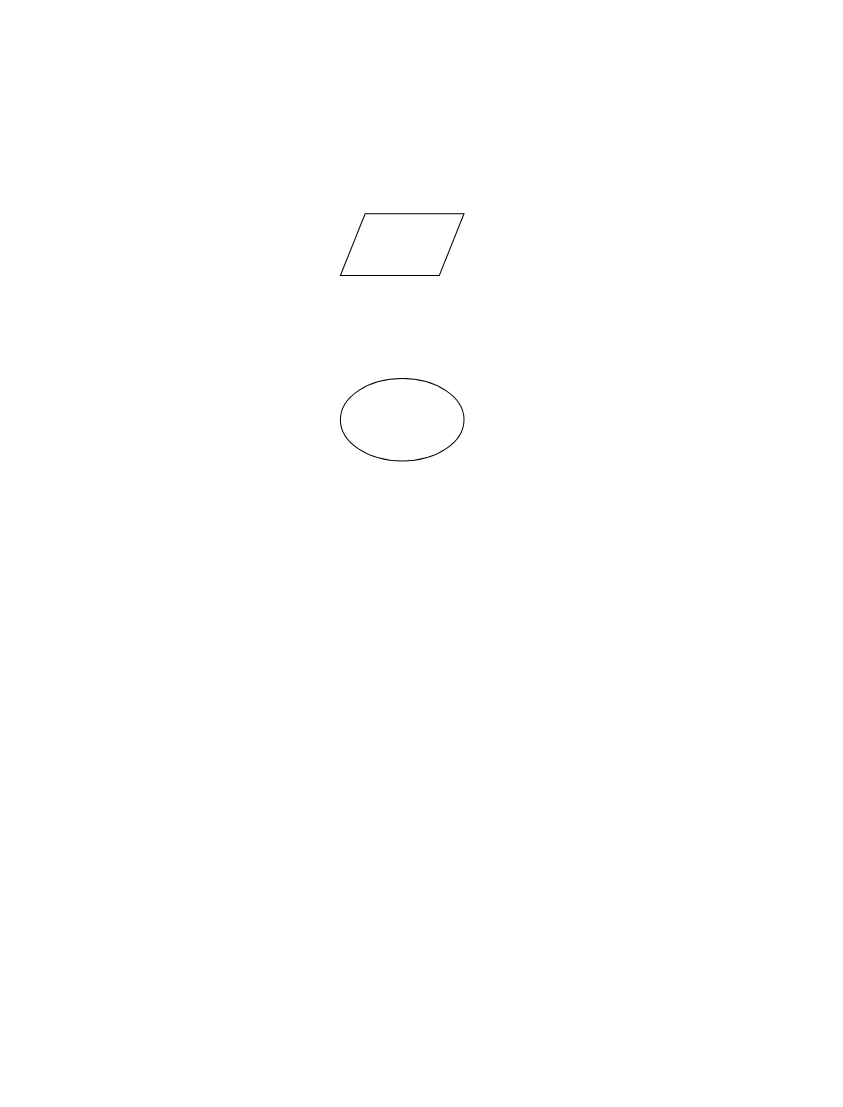
This is 未命名绘图.drawio from wuzhijun-1/myrepository, a draw.io file, before an edit. Source tidied: cells renumbered, new cells numbered last; positions are measured from the earlier drawing's top-left corner, leaving out a move shared by most shapes. Both pictures are drawn from the tidied source at 103%, with x=0, y=0 at pixel (340, 213).
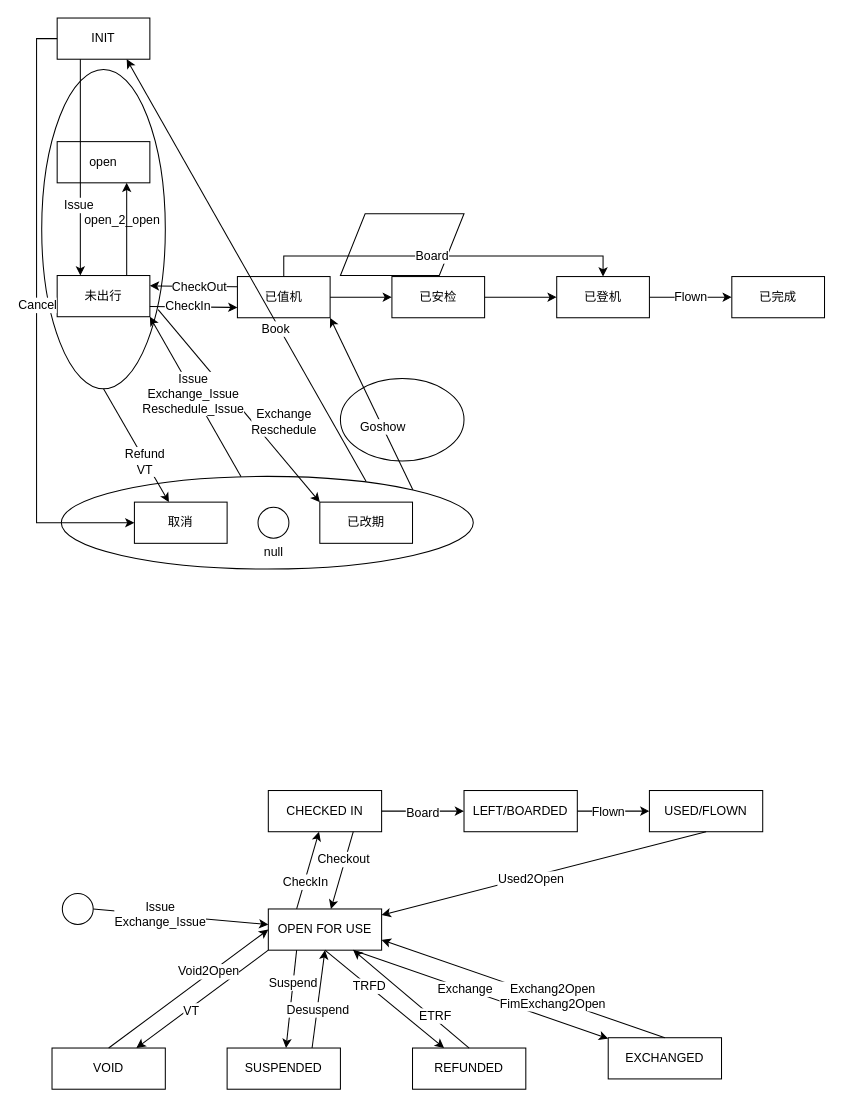
The same page after the edit.

Commit message:
更新未命名绘图.drawio

What changed in the source:
```diff
@@
+    <mxCell id="4" style="ellipse;whiteSpace=wrap;html=1;" parent="1" vertex="1">
+      <mxGeometry x="-290" y="-140" width="120" height="310" as="geometry" />
+    </mxCell>
+    <mxCell id="5" style="edgeStyle=none;rounded=0;jettySize=auto;html=1;exitX=1;exitY=0;exitDx=0;exitDy=0;entryX=1;entryY=1;entryDx=0;entryDy=0;" parent="1" edge="1" source="7" target="20">
+      <mxGeometry relative="1" as="geometry" />
+    </mxCell>
+    <mxCell id="6" value="Goshow" style="text;html=1;align=center;verticalAlign=middle;labelBackgroundColor=#ffffff;" parent="5" vertex="1">
+      <mxGeometry x="-0.27" relative="1" as="geometry" />
+    </mxCell>
+    <mxCell id="7" style="ellipse;whiteSpace=wrap;html=1;" parent="1" vertex="1">
+      <mxGeometry x="-271" y="255" width="400" height="90" as="geometry" />
+    </mxCell>
+    <mxCell id="8" style="edgeStyle=none;rounded=0;jettySize=auto;html=1;exitX=0.5;exitY=1;exitDx=0;exitDy=0;" parent="1" edge="1" source="4" target="29">
+      <mxGeometry relative="1" as="geometry" />
+    </mxCell>
+    <mxCell id="9" value="Refund&lt;br&gt;VT" style="text;html=1;align=center;verticalAlign=middle;labelBackgroundColor=#ffffff;" parent="8" vertex="1">
+      <mxGeometry x="0.3" relative="1" as="geometry">
+        <mxPoint x="-2" y="-1" as="offset" />
+      </mxGeometry>
+    </mxCell>
+    <mxCell id="10" style="edgeStyle=none;rounded=0;jettySize=auto;html=1;entryX=0;entryY=0.75;entryDx=0;entryDy=0;exitX=1;exitY=0.75;exitDx=0;exitDy=0;" parent="1" edge="1" source="14" target="20">
+      <mxGeometry relative="1" as="geometry" />
+    </mxCell>
+    <mxCell id="11" value="CheckIn" style="text;html=1;align=center;verticalAlign=middle;labelBackgroundColor=#ffffff;" parent="10" vertex="1">
+      <mxGeometry x="-0.49" y="1" relative="1" as="geometry">
+        <mxPoint x="14" as="offset" />
+      </mxGeometry>
+    </mxCell>
+    <mxCell id="12" style="edgeStyle=none;rounded=0;jettySize=auto;html=1;exitX=0.942;exitY=0.752;exitDx=0;exitDy=0;entryX=0;entryY=0;entryDx=0;entryDy=0;exitPerimeter=0;" parent="1" edge="1" source="4" target="69">
+      <mxGeometry relative="1" as="geometry" />
+    </mxCell>
+    <mxCell id="13" value="Exchange&lt;br&gt;Reschedule" style="text;html=1;align=center;verticalAlign=middle;labelBackgroundColor=#ffffff;" parent="12" vertex="1">
+      <mxGeometry x="-0.23" relative="1" as="geometry">
+        <mxPoint x="61" y="36" as="offset" />
+      </mxGeometry>
+    </mxCell>
+    <mxCell id="14" value="未出行" style="rounded=0;whiteSpace=wrap;html=1;fillColor=none;" parent="1" vertex="1">
+      <mxGeometry x="-275" y="60" width="90" height="40" as="geometry" />
+    </mxCell>
+    <mxCell id="15" style="edgeStyle=orthogonalEdgeStyle;rounded=0;jettySize=auto;html=1;" parent="1" edge="1" source="20" target="22">
+      <mxGeometry relative="1" as="geometry" />
+    </mxCell>
+    <mxCell id="16" style="edgeStyle=orthogonalEdgeStyle;rounded=0;jettySize=auto;html=1;exitX=0.5;exitY=0;exitDx=0;exitDy=0;entryX=0.5;entryY=0;entryDx=0;entryDy=0;" parent="1" edge="1" source="20" target="25">
+      <mxGeometry relative="1" as="geometry" />
+    </mxCell>
+    <mxCell id="17" value="Board" style="text;html=1;align=center;verticalAlign=middle;labelBackgroundColor=#ffffff;" parent="16" vertex="1">
+      <mxGeometry x="-0.21" relative="1" as="geometry">
+        <mxPoint x="25" y="-1" as="offset" />
+      </mxGeometry>
+    </mxCell>
+    <mxCell id="18" style="edgeStyle=none;rounded=0;jettySize=auto;html=1;exitX=0;exitY=0.25;exitDx=0;exitDy=0;entryX=1;entryY=0.25;entryDx=0;entryDy=0;" parent="1" edge="1" source="20" target="14">
+      <mxGeometry relative="1" as="geometry" />
+    </mxCell>
+    <mxCell id="19" value="CheckOut" style="text;html=1;align=center;verticalAlign=middle;labelBackgroundColor=#ffffff;" parent="18" vertex="1">
+      <mxGeometry x="-0.4" y="3" relative="1" as="geometry">
+        <mxPoint x="-11" y="-2" as="offset" />
+      </mxGeometry>
+    </mxCell>
+    <mxCell id="20" value="已值机" style="rounded=0;whiteSpace=wrap;html=1;fillColor=none;" parent="1" vertex="1">
+      <mxGeometry x="-100" y="61" width="90" height="40" as="geometry" />
+    </mxCell>
+    <mxCell id="21" style="edgeStyle=orthogonalEdgeStyle;rounded=0;jettySize=auto;html=1;" parent="1" edge="1" source="22" target="25">
+      <mxGeometry relative="1" as="geometry" />
+    </mxCell>
+    <mxCell id="22" value="已安检" style="rounded=0;whiteSpace=wrap;html=1;fillColor=none;" parent="1" vertex="1">
+      <mxGeometry x="50" y="61" width="90" height="40" as="geometry" />
+    </mxCell>
+    <mxCell id="23" style="edgeStyle=orthogonalEdgeStyle;rounded=0;jettySize=auto;html=1;" parent="1" edge="1" source="25" target="26">
+      <mxGeometry relative="1" as="geometry" />
+    </mxCell>
+    <mxCell id="24" value="Flown" style="text;html=1;align=center;verticalAlign=middle;labelBackgroundColor=#ffffff;" parent="23" vertex="1">
+      <mxGeometry x="-0.46" y="1" relative="1" as="geometry">
+        <mxPoint x="17" as="offset" />
+      </mxGeometry>
+    </mxCell>
+    <mxCell id="25" value="已登机" style="rounded=0;whiteSpace=wrap;html=1;fillColor=none;" parent="1" vertex="1">
+      <mxGeometry x="210" y="61" width="90" height="40" as="geometry" />
+    </mxCell>
+    <mxCell id="26" value="已完成" style="rounded=0;whiteSpace=wrap;html=1;fillColor=none;" parent="1" vertex="1">
+      <mxGeometry x="380" y="61" width="90" height="40" as="geometry" />
+    </mxCell>
+    <mxCell id="27" style="edgeStyle=none;rounded=0;jettySize=auto;html=1;entryX=0.75;entryY=1;entryDx=0;entryDy=0;" parent="1" edge="1" target="74">
+      <mxGeometry relative="1" as="geometry">
+        <mxPoint x="25" y="260" as="sourcePoint" />
+      </mxGeometry>
+    </mxCell>
+    <mxCell id="28" value="Book" style="text;html=1;align=center;verticalAlign=middle;labelBackgroundColor=#ffffff;" parent="27" vertex="1">
+      <mxGeometry x="-0.34" y="1" relative="1" as="geometry">
+        <mxPoint x="-10.9" y="-13.4" as="offset" />
+      </mxGeometry>
+    </mxCell>
+    <mxCell id="29" value="取消" style="rounded=0;whiteSpace=wrap;html=1;fillColor=none;" parent="1" vertex="1">
+      <mxGeometry x="-200" y="280" width="90" height="40" as="geometry" />
+    </mxCell>
+    <mxCell id="30" style="edgeStyle=none;rounded=0;jettySize=auto;html=1;exitX=0.25;exitY=0;exitDx=0;exitDy=0;" parent="1" edge="1" source="40" target="45">
+      <mxGeometry relative="1" as="geometry" />
+    </mxCell>
+    <mxCell id="31" value="CheckIn" style="text;html=1;align=center;verticalAlign=middle;labelBackgroundColor=#ffffff;" parent="30" vertex="1">
+      <mxGeometry x="-0.28" relative="1" as="geometry" />
+    </mxCell>
+    <mxCell id="32" style="edgeStyle=none;rounded=0;jettySize=auto;html=1;exitX=0;exitY=1;exitDx=0;exitDy=0;" parent="1" edge="1" source="40" target="54">
+      <mxGeometry relative="1" as="geometry" />
+    </mxCell>
+    <mxCell id="33" value="VT" style="text;html=1;align=center;verticalAlign=middle;labelBackgroundColor=#ffffff;" parent="32" vertex="1">
+      <mxGeometry x="0.19" y="2" relative="1" as="geometry" />
+    </mxCell>
+    <mxCell id="34" style="edgeStyle=none;rounded=0;jettySize=auto;html=1;exitX=0.75;exitY=1;exitDx=0;exitDy=0;" parent="1" edge="1" source="40" target="63">
+      <mxGeometry relative="1" as="geometry" />
+    </mxCell>
+    <mxCell id="35" value="Exchange" style="text;html=1;align=center;verticalAlign=middle;labelBackgroundColor=#ffffff;" parent="34" vertex="1">
+      <mxGeometry x="-0.13" relative="1" as="geometry" />
+    </mxCell>
+    <mxCell id="36" style="edgeStyle=none;rounded=0;jettySize=auto;html=1;exitX=0.25;exitY=1;exitDx=0;exitDy=0;" parent="1" edge="1" source="40" target="57">
+      <mxGeometry relative="1" as="geometry" />
+    </mxCell>
+    <mxCell id="37" value="Suspend" style="text;html=1;align=center;verticalAlign=middle;labelBackgroundColor=#ffffff;" parent="36" vertex="1">
+      <mxGeometry x="-0.32" y="-1" relative="1" as="geometry" />
+    </mxCell>
+    <mxCell id="38" style="edgeStyle=none;rounded=0;jettySize=auto;html=1;exitX=0.5;exitY=1;exitDx=0;exitDy=0;" parent="1" edge="1" source="40" target="60">
+      <mxGeometry relative="1" as="geometry" />
+    </mxCell>
+    <mxCell id="39" value="TRFD" style="text;html=1;align=center;verticalAlign=middle;labelBackgroundColor=#ffffff;" parent="38" vertex="1">
+      <mxGeometry x="-0.27" relative="1" as="geometry" />
+    </mxCell>
+    <mxCell id="40" value="OPEN FOR USE" style="rounded=0;whiteSpace=wrap;html=1;fillColor=none;" parent="1" vertex="1">
+      <mxGeometry x="-70" y="675" width="110" height="40" as="geometry" />
+    </mxCell>
+    <mxCell id="41" style="edgeStyle=none;rounded=0;jettySize=auto;html=1;exitX=1;exitY=0.5;exitDx=0;exitDy=0;" parent="1" edge="1" source="45" target="48">
+      <mxGeometry relative="1" as="geometry" />
+    </mxCell>
+    <mxCell id="42" value="Board" style="text;html=1;align=center;verticalAlign=middle;labelBackgroundColor=#ffffff;" parent="41" vertex="1">
+      <mxGeometry x="-0.4" y="-2" relative="1" as="geometry">
+        <mxPoint x="15" y="-1" as="offset" />
+      </mxGeometry>
+    </mxCell>
+    <mxCell id="43" style="edgeStyle=none;rounded=0;jettySize=auto;html=1;exitX=0.75;exitY=1;exitDx=0;exitDy=0;" parent="1" edge="1" source="45" target="40">
+      <mxGeometry relative="1" as="geometry" />
+    </mxCell>
+    <mxCell id="44" value="Checkout" style="text;html=1;align=center;verticalAlign=middle;labelBackgroundColor=#ffffff;" parent="43" vertex="1">
+      <mxGeometry x="-0.27" y="-2" relative="1" as="geometry" />
+    </mxCell>
+    <mxCell id="45" value="CHECKED IN" style="rounded=0;whiteSpace=wrap;html=1;fillColor=none;" parent="1" vertex="1">
+      <mxGeometry x="-70" y="560" width="110" height="40" as="geometry" />
+    </mxCell>
+    <mxCell id="46" style="edgeStyle=none;rounded=0;jettySize=auto;html=1;exitX=1;exitY=0.5;exitDx=0;exitDy=0;" parent="1" edge="1" source="48" target="51">
+      <mxGeometry relative="1" as="geometry" />
+    </mxCell>
+    <mxCell id="47" value="Flown" style="text;html=1;align=center;verticalAlign=middle;labelBackgroundColor=#ffffff;" parent="46" vertex="1">
+      <mxGeometry x="-0.29" relative="1" as="geometry">
+        <mxPoint x="4" as="offset" />
+      </mxGeometry>
+    </mxCell>
+    <mxCell id="48" value="LEFT/BOARDED" style="rounded=0;whiteSpace=wrap;html=1;fillColor=none;" parent="1" vertex="1">
+      <mxGeometry x="120" y="560" width="110" height="40" as="geometry" />
+    </mxCell>
+    <mxCell id="49" style="edgeStyle=none;rounded=0;jettySize=auto;html=1;exitX=0.5;exitY=1;exitDx=0;exitDy=0;" parent="1" edge="1" source="51" target="40">
+      <mxGeometry relative="1" as="geometry" />
+    </mxCell>
+    <mxCell id="50" value="Used2Open" style="text;html=1;align=center;verticalAlign=middle;labelBackgroundColor=#ffffff;" parent="49" vertex="1">
+      <mxGeometry x="0.09" y="2" relative="1" as="geometry" />
+    </mxCell>
+    <mxCell id="51" value="USED/FLOWN" style="rounded=0;whiteSpace=wrap;html=1;fillColor=none;" parent="1" vertex="1">
+      <mxGeometry x="300" y="560" width="110" height="40" as="geometry" />
+    </mxCell>
+    <mxCell id="52" style="edgeStyle=none;rounded=0;jettySize=auto;html=1;exitX=0.5;exitY=0;exitDx=0;exitDy=0;entryX=0;entryY=0.5;entryDx=0;entryDy=0;" parent="1" edge="1" source="54" target="40">
+      <mxGeometry relative="1" as="geometry" />
+    </mxCell>
+    <mxCell id="53" value="Void2Open" style="text;html=1;align=center;verticalAlign=middle;labelBackgroundColor=#ffffff;" parent="52" vertex="1">
+      <mxGeometry x="0.26" y="2" relative="1" as="geometry" />
+    </mxCell>
+    <mxCell id="54" value="VOID" style="rounded=0;whiteSpace=wrap;html=1;fillColor=none;" parent="1" vertex="1">
+      <mxGeometry x="-280" y="810" width="110" height="40" as="geometry" />
+    </mxCell>
+    <mxCell id="55" style="edgeStyle=none;rounded=0;jettySize=auto;html=1;exitX=0.75;exitY=0;exitDx=0;exitDy=0;entryX=0.5;entryY=1;entryDx=0;entryDy=0;" parent="1" edge="1" source="57" target="40">
+      <mxGeometry relative="1" as="geometry" />
+    </mxCell>
+    <mxCell id="56" value="Desuspend" style="text;html=1;align=center;verticalAlign=middle;labelBackgroundColor=#ffffff;" parent="55" vertex="1">
+      <mxGeometry x="-0.2" relative="1" as="geometry" />
+    </mxCell>
+    <mxCell id="57" value="SUSPENDED" style="rounded=0;whiteSpace=wrap;html=1;fillColor=none;" parent="1" vertex="1">
+      <mxGeometry x="-110" y="810" width="110" height="40" as="geometry" />
+    </mxCell>
+    <mxCell id="58" style="edgeStyle=none;rounded=0;jettySize=auto;html=1;exitX=0.5;exitY=0;exitDx=0;exitDy=0;entryX=0.75;entryY=1;entryDx=0;entryDy=0;" parent="1" edge="1" source="60" target="40">
+      <mxGeometry relative="1" as="geometry" />
+    </mxCell>
+    <mxCell id="59" value="ETRF" style="text;html=1;align=center;verticalAlign=middle;labelBackgroundColor=#ffffff;" parent="58" vertex="1">
+      <mxGeometry x="-0.38" y="-2" relative="1" as="geometry" />
+    </mxCell>
+    <mxCell id="60" value="REFUNDED" style="rounded=0;whiteSpace=wrap;html=1;fillColor=none;" parent="1" vertex="1">
+      <mxGeometry x="70" y="810" width="110" height="40" as="geometry" />
+    </mxCell>
+    <mxCell id="61" style="edgeStyle=none;rounded=0;jettySize=auto;html=1;exitX=0.5;exitY=0;exitDx=0;exitDy=0;entryX=1;entryY=0.75;entryDx=0;entryDy=0;" parent="1" edge="1" source="63" target="40">
+      <mxGeometry relative="1" as="geometry" />
+    </mxCell>
+    <mxCell id="62" value="Exchang2Open&lt;br&gt;FimExchang2Open" style="text;html=1;align=center;verticalAlign=middle;labelBackgroundColor=#ffffff;" parent="61" vertex="1">
+      <mxGeometry x="-0.1" y="2" relative="1" as="geometry">
+        <mxPoint x="15" as="offset" />
+      </mxGeometry>
+    </mxCell>
+    <mxCell id="63" value="EXCHANGED" style="rounded=0;whiteSpace=wrap;html=1;fillColor=none;" parent="1" vertex="1">
+      <mxGeometry x="260" y="800" width="110" height="40" as="geometry" />
+    </mxCell>
+    <mxCell id="64" style="edgeStyle=none;rounded=0;jettySize=auto;html=1;exitX=1;exitY=0.5;exitDx=0;exitDy=0;" parent="1" edge="1" source="66" target="40">
+      <mxGeometry relative="1" as="geometry" />
+    </mxCell>
+    <mxCell id="65" value="Issue&lt;br&gt;Exchange_Issue" style="text;html=1;align=center;verticalAlign=middle;labelBackgroundColor=#ffffff;" parent="64" vertex="1">
+      <mxGeometry x="-0.24" y="1" relative="1" as="geometry" />
+    </mxCell>
+    <mxCell id="66" style="shape=mxgraph.bpmn.shape;html=1;verticalLabelPosition=bottom;labelBackgroundColor=#ffffff;verticalAlign=top;align=center;perimeter=ellipsePerimeter;outlineConnect=0;outline=standard;symbol=general;" parent="1" vertex="1">
+      <mxGeometry x="-270" y="660" width="30" height="30" as="geometry" />
+    </mxCell>
+    <mxCell id="67" style="edgeStyle=none;rounded=0;jettySize=auto;html=1;entryX=1;entryY=1;entryDx=0;entryDy=0;" parent="1" edge="1" source="7" target="14">
+      <mxGeometry relative="1" as="geometry" />
+    </mxCell>
+    <mxCell id="68" value="Issue&lt;br&gt;Exchange_Issue&lt;br&gt;Reschedule_Issue" style="text;html=1;align=center;verticalAlign=middle;labelBackgroundColor=#ffffff;" parent="67" vertex="1">
+      <mxGeometry x="-0.27" y="2" relative="1" as="geometry">
+        <mxPoint x="-13.4" y="-25.1" as="offset" />
+      </mxGeometry>
+    </mxCell>
+    <mxCell id="69" value="已改期" style="rounded=0;whiteSpace=wrap;html=1;fillColor=none;" parent="1" vertex="1">
+      <mxGeometry x="-20" y="280" width="90" height="40" as="geometry" />
+    </mxCell>
+    <mxCell id="70" style="edgeStyle=orthogonalEdgeStyle;rounded=0;jettySize=auto;html=1;exitX=0.25;exitY=1;exitDx=0;exitDy=0;entryX=0.25;entryY=0;entryDx=0;entryDy=0;" parent="1" edge="1" source="74" target="14">
+      <mxGeometry relative="1" as="geometry" />
+    </mxCell>
+    <mxCell id="71" value="Issue" style="text;html=1;align=center;verticalAlign=middle;labelBackgroundColor=#ffffff;" parent="70" vertex="1">
+      <mxGeometry x="0.35" y="4" relative="1" as="geometry">
+        <mxPoint x="-6.5" y="-1" as="offset" />
+      </mxGeometry>
+    </mxCell>
+    <mxCell id="72" style="edgeStyle=orthogonalEdgeStyle;rounded=0;jettySize=auto;html=1;exitX=0;exitY=0.5;exitDx=0;exitDy=0;entryX=0;entryY=0.5;entryDx=0;entryDy=0;" parent="1" edge="1" source="74" target="29">
+      <mxGeometry relative="1" as="geometry" />
+    </mxCell>
+    <mxCell id="73" value="Cancel" style="text;html=1;align=center;verticalAlign=middle;labelBackgroundColor=#ffffff;" parent="72" vertex="1">
+      <mxGeometry x="-0.05" relative="1" as="geometry" />
+    </mxCell>
+    <mxCell id="74" value="INIT" style="rounded=0;whiteSpace=wrap;html=1;fillColor=none;" parent="1" vertex="1">
+      <mxGeometry x="-275" y="-190" width="90" height="40" as="geometry" />
+    </mxCell>
+    <mxCell id="75" value="null" style="shape=mxgraph.bpmn.shape;html=1;verticalLabelPosition=bottom;labelBackgroundColor=#ffffff;verticalAlign=top;align=center;perimeter=ellipsePerimeter;outline=standard;symbol=general;" parent="1" vertex="1">
+      <mxGeometry x="-80" y="285" width="30" height="30" as="geometry" />
+    </mxCell>
+    <mxCell id="76" value="open_2_open" style="text;html=1;align=center;verticalAlign=middle;labelBackgroundColor=#ffffff;" parent="1" vertex="1">
+      <mxGeometry x="-210" y="19" as="geometry">
+        <mxPoint x="-3" y="-14" as="offset" />
+      </mxGeometry>
+    </mxCell>
+    <mxCell id="77" value="open" style="rounded=0;whiteSpace=wrap;html=1;fillColor=none;" parent="1" vertex="1">
+      <mxGeometry x="-275" y="-70" width="90" height="40" as="geometry" />
+    </mxCell>
+    <mxCell id="78" style="edgeStyle=orthogonalEdgeStyle;rounded=0;jettySize=auto;html=1;exitX=0.75;exitY=0;exitDx=0;exitDy=0;entryX=0.75;entryY=1;entryDx=0;entryDy=0;" parent="1" edge="1" source="14" target="77">
+      <mxGeometry relative="1" as="geometry" />
+    </mxCell>
```
